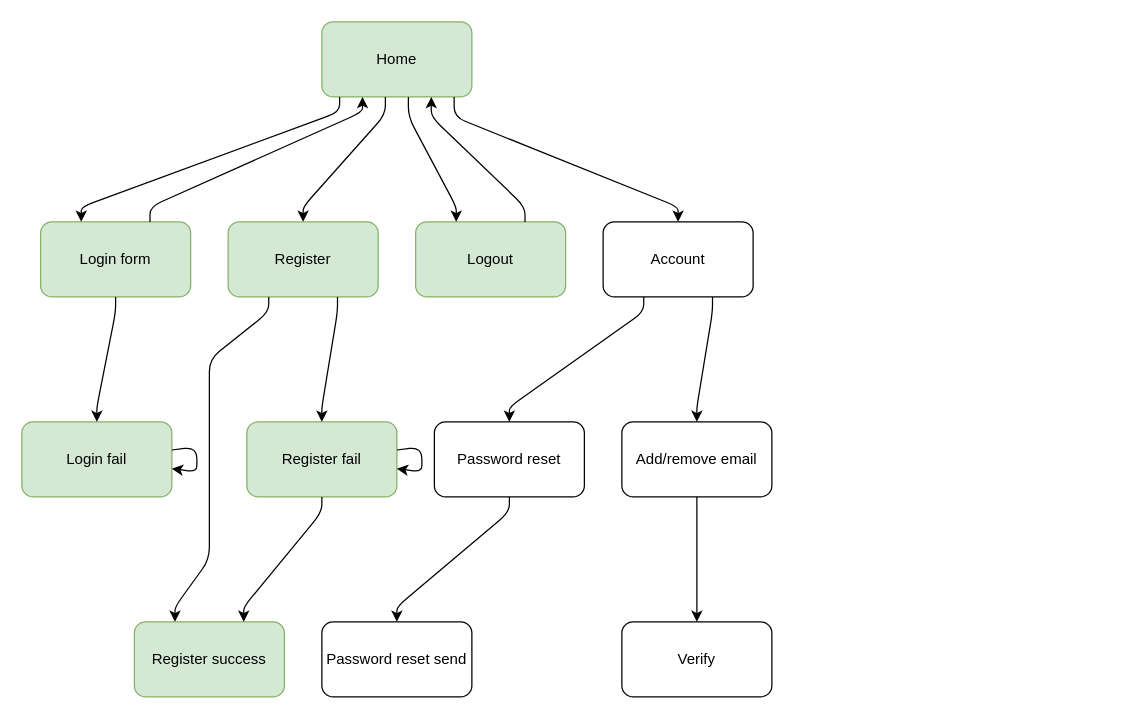
This is page "Account" (2 of 4) of Designs.drawio from proficientcoder/public_exchange, a draw.io file, before an edit. Source tidied: cells renumbered, new cells numbered last; positions are measured from the earlier drawing's top-left corner, leaving out a move shared by most shapes. Both pictures are drawn from the tidied source at 125%, with x=0, y=0 at pixel (21, 21).
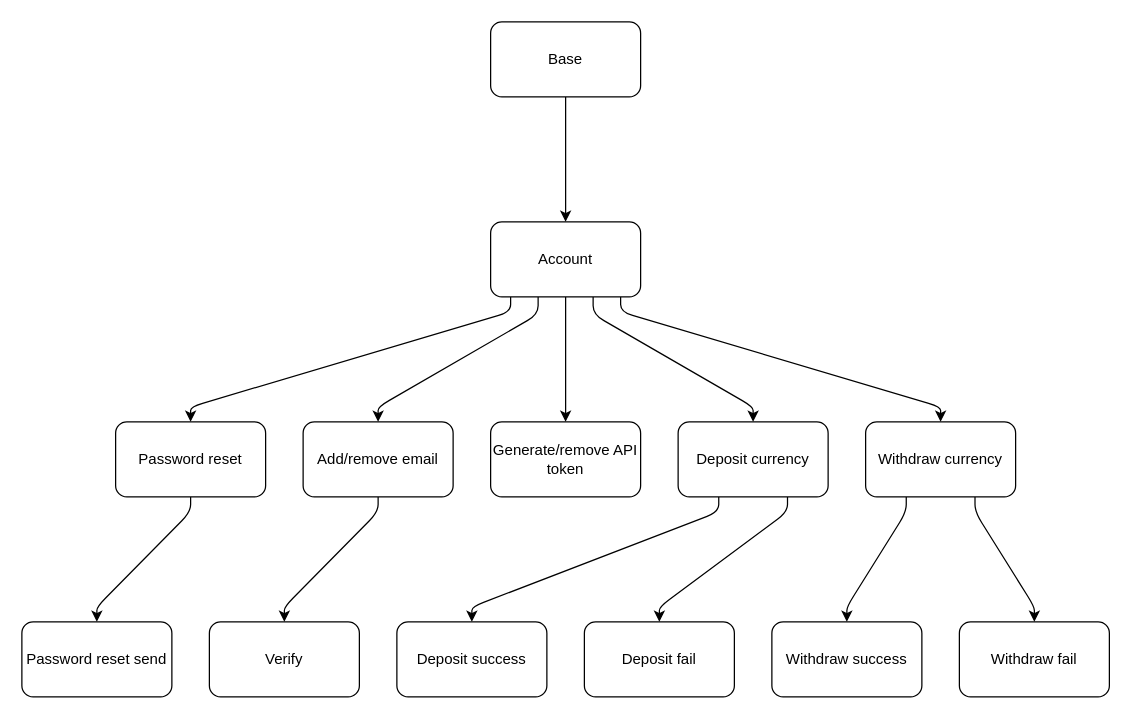
Above is the later version.

Change to the diagram source:
```diff
@@
-    <mxCell id="2" value="Home" style="rounded=1;whiteSpace=wrap;html=1;fillColor=#d5e8d4;strokeColor=#82b366;" parent="1" vertex="1">
-      <mxGeometry x="240" width="120" height="60" as="geometry" />
+    <mxCell id="2" value="Base" style="rounded=1;whiteSpace=wrap;html=1;" parent="1" vertex="1">
+      <mxGeometry x="375" width="120" height="60" as="geometry" />
     </mxCell>
-    <mxCell id="3" value="Register" style="rounded=1;whiteSpace=wrap;html=1;fillColor=#d5e8d4;strokeColor=#82b366;" parent="1" vertex="1">
-      <mxGeometry x="165" y="160" width="120" height="60" as="geometry" />
-    </mxCell>
-    <mxCell id="4" value="Login form" style="rounded=1;whiteSpace=wrap;html=1;fillColor=#d5e8d4;strokeColor=#82b366;" parent="1" vertex="1">
-      <mxGeometry x="15" y="160" width="120" height="60" as="geometry" />
-    </mxCell>
-    <mxCell id="5" style="endArrow=classic;html=1;noEdgeStyle=1;orthogonal=1;" parent="1" edge="1" source="2" target="4">
-      <mxGeometry relative="1" as="geometry">
-        <Array as="points">
-          <mxPoint x="254.2" y="72" />
-          <mxPoint x="47.5" y="148" />
-        </Array>
-      </mxGeometry>
-    </mxCell>
-    <mxCell id="6" style="endArrow=classic;html=1;noEdgeStyle=1;orthogonal=1;" parent="1" edge="1" source="2" target="3">
-      <mxGeometry relative="1" as="geometry">
-        <Array as="points">
-          <mxPoint x="290.8" y="74" />
-          <mxPoint x="225" y="148" />
-        </Array>
-      </mxGeometry>
-    </mxCell>
-    <mxCell id="7" value="Register success" style="rounded=1;whiteSpace=wrap;html=1;fillColor=#d5e8d4;strokeColor=#82b366;" parent="1" vertex="1">
-      <mxGeometry x="90" y="480" width="120" height="60" as="geometry" />
-    </mxCell>
-    <mxCell id="8" value="Register fail" style="rounded=1;whiteSpace=wrap;html=1;fillColor=#d5e8d4;strokeColor=#82b366;" parent="1" vertex="1">
-      <mxGeometry x="180" y="320" width="120" height="60" as="geometry" />
-    </mxCell>
-    <mxCell id="9" style="endArrow=classic;html=1;noEdgeStyle=1;orthogonal=1;" parent="1" edge="1" source="3" target="7">
-      <mxGeometry relative="1" as="geometry">
-        <Array as="points">
-          <mxPoint x="197.5" y="232" />
-          <mxPoint x="150" y="270" />
-          <mxPoint x="150" y="430" />
-          <mxPoint x="122.5" y="468" />
-        </Array>
-      </mxGeometry>
-    </mxCell>
-    <mxCell id="10" style="endArrow=classic;html=1;noEdgeStyle=1;orthogonal=1;" parent="1" edge="1" source="3" target="8">
-      <mxGeometry relative="1" as="geometry">
-        <Array as="points">
-          <mxPoint x="252.5" y="232" />
-          <mxPoint x="240" y="308" />
-        </Array>
-      </mxGeometry>
-    </mxCell>
-    <mxCell id="11" style="endArrow=classic;html=1;" parent="1" edge="1" source="8" target="8">
-      <mxGeometry relative="1" as="geometry" />
-    </mxCell>
-    <mxCell id="12" style="endArrow=classic;html=1;noEdgeStyle=1;orthogonal=1;" parent="1" edge="1" source="8" target="7">
-      <mxGeometry relative="1" as="geometry">
-        <Array as="points">
-          <mxPoint x="240" y="392" />
-          <mxPoint x="177.5" y="468" />
-        </Array>
-      </mxGeometry>
-    </mxCell>
-    <mxCell id="13" value="Login fail" style="rounded=1;whiteSpace=wrap;html=1;fillColor=#d5e8d4;strokeColor=#82b366;" parent="1" vertex="1">
-      <mxGeometry y="320" width="120" height="60" as="geometry" />
-    </mxCell>
-    <mxCell id="14" style="endArrow=classic;html=1;noEdgeStyle=1;orthogonal=1;" parent="1" edge="1" source="4" target="13">
-      <mxGeometry relative="1" as="geometry">
-        <Array as="points">
-          <mxPoint x="75" y="232" />
-          <mxPoint x="60" y="308" />
-        </Array>
-      </mxGeometry>
-    </mxCell>
     <mxCell id="15" value="Password reset" style="rounded=1;whiteSpace=wrap;html=1;" parent="1" vertex="1">
-      <mxGeometry x="330" y="320" width="120" height="60" as="geometry" />
+      <mxGeometry x="75" y="320" width="120" height="60" as="geometry" />
     </mxCell>
-    <mxCell id="16" style="endArrow=classic;html=1;" parent="1" edge="1" source="13" target="13">
-      <mxGeometry relative="1" as="geometry" />
-    </mxCell>
     <mxCell id="17" value="Password reset send" style="rounded=1;whiteSpace=wrap;html=1;" parent="1" vertex="1">
-      <mxGeometry x="240" y="480" width="120" height="60" as="geometry" />
+      <mxGeometry y="480" width="120" height="60" as="geometry" />
     </mxCell>
-    <mxCell id="18" value="Logout" style="rounded=1;whiteSpace=wrap;html=1;fillColor=#d5e8d4;strokeColor=#82b366;" parent="1" vertex="1">
-      <mxGeometry x="315" y="160" width="120" height="60" as="geometry" />
-    </mxCell>
-    <mxCell id="19" style="endArrow=classic;html=1;noEdgeStyle=1;orthogonal=1;" parent="1" edge="1" source="2" target="18">
-      <mxGeometry relative="1" as="geometry">
-        <Array as="points">
-          <mxPoint x="309.2" y="76" />
-          <mxPoint x="347.5" y="148" />
-        </Array>
-      </mxGeometry>
-    </mxCell>
-    <mxCell id="20" style="endArrow=classic;html=1;noEdgeStyle=1;orthogonal=1;" parent="1" edge="1" source="18" target="2">
-      <mxGeometry relative="1" as="geometry">
-        <Array as="points">
-          <mxPoint x="402.5" y="148" />
-          <mxPoint x="327.5" y="76" />
-        </Array>
-      </mxGeometry>
-    </mxCell>
-    <mxCell id="21" style="endArrow=classic;html=1;noEdgeStyle=1;orthogonal=1;" parent="1" edge="1" source="4" target="2">
-      <mxGeometry relative="1" as="geometry">
-        <Array as="points">
-          <mxPoint x="102.5" y="148" />
-          <mxPoint x="272.5" y="72" />
-        </Array>
-      </mxGeometry>
-    </mxCell>
     <mxCell id="22" style="endArrow=classic;html=1;noEdgeStyle=1;orthogonal=1;" parent="1" edge="1" source="15" target="17">
       <mxGeometry relative="1" as="geometry">
         <Array as="points">
-          <mxPoint x="390" y="392" />
-          <mxPoint x="300" y="468" />
+          <mxPoint x="135" y="392" />
+          <mxPoint x="60" y="468" />
         </Array>
       </mxGeometry>
     </mxCell>
     <mxCell id="23" value="Account" style="rounded=1;whiteSpace=wrap;html=1;" parent="1" vertex="1">
-      <mxGeometry x="465" y="160" width="120" height="60" as="geometry" />
+      <mxGeometry x="375" y="160" width="120" height="60" as="geometry" />
     </mxCell>
     <mxCell id="24" style="endArrow=classic;html=1;noEdgeStyle=1;orthogonal=1;" parent="1" edge="1" source="2" target="23">
       <mxGeometry relative="1" as="geometry">
         <Array as="points">
-          <mxPoint x="345.8" y="76" />
-          <mxPoint x="525" y="148" />
+          <mxPoint x="435" y="72" />
+          <mxPoint x="435" y="148" />
         </Array>
       </mxGeometry>
     </mxCell>
     <mxCell id="25" style="endArrow=classic;html=1;noEdgeStyle=1;orthogonal=1;" parent="1" edge="1" source="23" target="15">
       <mxGeometry relative="1" as="geometry">
         <Array as="points">
-          <mxPoint x="497.5" y="232" />
-          <mxPoint x="390" y="308" />
+          <mxPoint x="391" y="232" />
+          <mxPoint x="135" y="308" />
         </Array>
       </mxGeometry>
     </mxCell>
     <mxCell id="26" value="Add/remove email" style="rounded=1;whiteSpace=wrap;html=1;" parent="1" vertex="1">
-      <mxGeometry x="480" y="320" width="120" height="60" as="geometry" />
+      <mxGeometry x="225" y="320" width="120" height="60" as="geometry" />
     </mxCell>
     <mxCell id="27" value="Verify" style="rounded=1;whiteSpace=wrap;html=1;" parent="1" vertex="1">
-      <mxGeometry x="480" y="480" width="120" height="60" as="geometry" />
+      <mxGeometry x="150" y="480" width="120" height="60" as="geometry" />
     </mxCell>
     <mxCell id="28" style="endArrow=classic;html=1;noEdgeStyle=1;orthogonal=1;" parent="1" edge="1" source="23" target="26">
       <mxGeometry relative="1" as="geometry">
         <Array as="points">
-          <mxPoint x="552.5" y="232" />
-          <mxPoint x="540" y="308" />
+          <mxPoint x="413" y="234" />
+          <mxPoint x="285" y="308" />
         </Array>
       </mxGeometry>
     </mxCell>
     <mxCell id="29" style="endArrow=classic;html=1;noEdgeStyle=1;orthogonal=1;" parent="1" edge="1" source="26" target="27">
       <mxGeometry relative="1" as="geometry">
         <Array as="points">
-          <mxPoint x="540" y="392" />
-          <mxPoint x="540" y="468" />
+          <mxPoint x="285" y="392" />
+          <mxPoint x="210" y="468" />
         </Array>
       </mxGeometry>
     </mxCell>
+    <mxCell id="30" value="Generate/remove API token" style="rounded=1;whiteSpace=wrap;html=1;" parent="1" vertex="1">
+      <mxGeometry x="375" y="320" width="120" height="60" as="geometry" />
+    </mxCell>
+    <mxCell id="31" style="endArrow=classic;html=1;noEdgeStyle=1;orthogonal=1;" parent="1" edge="1" source="23" target="30">
+      <mxGeometry relative="1" as="geometry">
+        <Array as="points">
+          <mxPoint x="435" y="236" />
+          <mxPoint x="435" y="308" />
+        </Array>
+      </mxGeometry>
+    </mxCell>
+    <mxCell id="32" value="Deposit currency" style="rounded=1;whiteSpace=wrap;html=1;" parent="1" vertex="1">
+      <mxGeometry x="525" y="320" width="120" height="60" as="geometry" />
+    </mxCell>
+    <mxCell id="33" style="endArrow=classic;html=1;noEdgeStyle=1;orthogonal=1;" parent="1" edge="1" source="23" target="32">
+      <mxGeometry relative="1" as="geometry">
+        <Array as="points">
+          <mxPoint x="457" y="234" />
+          <mxPoint x="585" y="308" />
+        </Array>
+      </mxGeometry>
+    </mxCell>
+    <mxCell id="34" value="Deposit success" style="rounded=1;whiteSpace=wrap;html=1;" parent="1" vertex="1">
+      <mxGeometry x="300" y="480" width="120" height="60" as="geometry" />
+    </mxCell>
+    <mxCell id="35" value="Deposit fail" style="rounded=1;whiteSpace=wrap;html=1;" parent="1" vertex="1">
+      <mxGeometry x="450" y="480" width="120" height="60" as="geometry" />
+    </mxCell>
+    <mxCell id="36" style="endArrow=classic;html=1;noEdgeStyle=1;orthogonal=1;" parent="1" edge="1" source="32" target="34">
+      <mxGeometry relative="1" as="geometry">
+        <Array as="points">
+          <mxPoint x="557.5" y="392" />
+          <mxPoint x="360" y="468" />
+        </Array>
+      </mxGeometry>
+    </mxCell>
+    <mxCell id="37" style="endArrow=classic;html=1;noEdgeStyle=1;orthogonal=1;" parent="1" edge="1" source="32" target="35">
+      <mxGeometry relative="1" as="geometry">
+        <Array as="points">
+          <mxPoint x="612.5" y="392" />
+          <mxPoint x="510" y="468" />
+        </Array>
+      </mxGeometry>
+    </mxCell>
+    <mxCell id="38" value="Withdraw currency" style="rounded=1;whiteSpace=wrap;html=1;" parent="1" vertex="1">
+      <mxGeometry x="675" y="320" width="120" height="60" as="geometry" />
+    </mxCell>
+    <mxCell id="39" value="Withdraw success" style="rounded=1;whiteSpace=wrap;html=1;" parent="1" vertex="1">
+      <mxGeometry x="600" y="480" width="120" height="60" as="geometry" />
+    </mxCell>
+    <mxCell id="40" value="Withdraw fail" style="rounded=1;whiteSpace=wrap;html=1;" parent="1" vertex="1">
+      <mxGeometry x="750" y="480" width="120" height="60" as="geometry" />
+    </mxCell>
+    <mxCell id="41" style="endArrow=classic;html=1;noEdgeStyle=1;orthogonal=1;" parent="1" edge="1" source="38" target="39">
+      <mxGeometry relative="1" as="geometry">
+        <Array as="points">
+          <mxPoint x="707.5" y="392" />
+          <mxPoint x="660" y="468" />
+        </Array>
+      </mxGeometry>
+    </mxCell>
+    <mxCell id="42" style="endArrow=classic;html=1;noEdgeStyle=1;orthogonal=1;" parent="1" edge="1" source="38" target="40">
+      <mxGeometry relative="1" as="geometry">
+        <Array as="points">
+          <mxPoint x="762.5" y="392" />
+          <mxPoint x="810" y="468" />
+        </Array>
+      </mxGeometry>
+    </mxCell>
+    <mxCell id="43" style="endArrow=classic;html=1;noEdgeStyle=1;orthogonal=1;" parent="1" edge="1" source="23" target="38">
+      <mxGeometry relative="1" as="geometry">
+        <Array as="points">
+          <mxPoint x="479" y="232" />
+          <mxPoint x="735" y="308" />
+        </Array>
+      </mxGeometry>
+    </mxCell>
```
